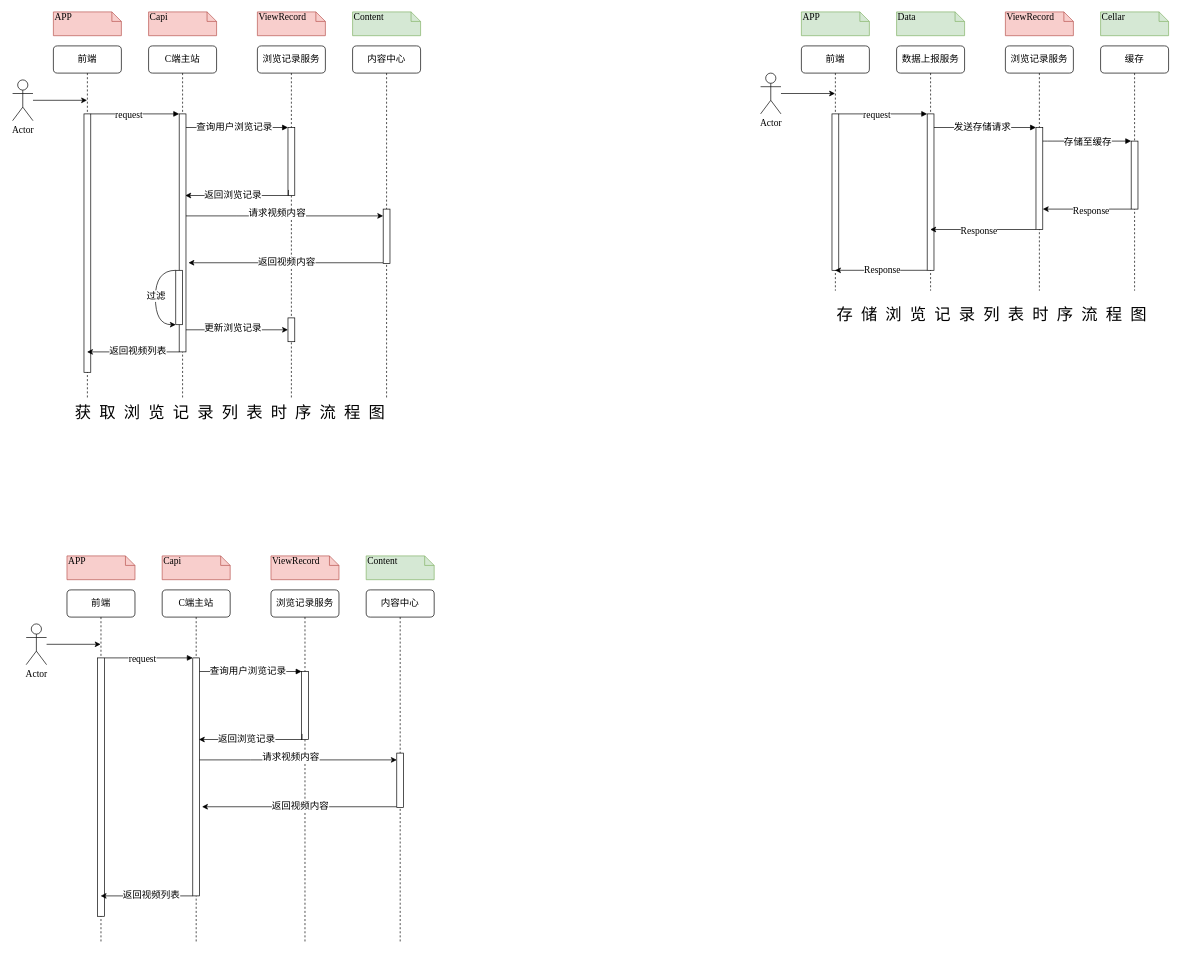
Above: contentList.drawio in wuulaa/my-first-game (draw.io), before the change. Source tidied: cells renumbered, new cells numbered last; positions are measured from the earlier drawing's top-left corner, leaving out a move shared by most shapes. Both pictures are drawn from the tidied source at 68%, with x=0, y=0 at pixel (12, 12).
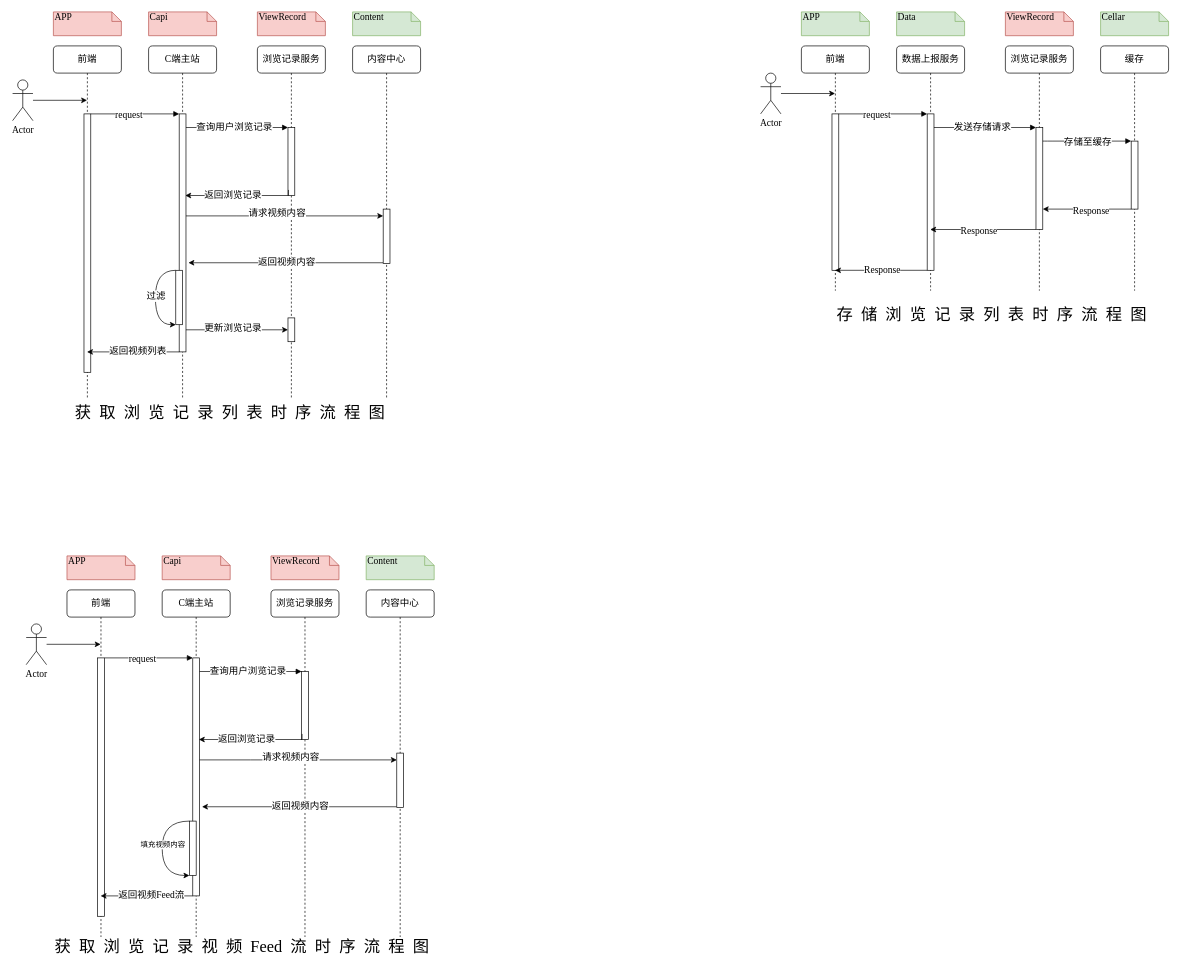
The same page after the edit.

Unchanged cells that the change refers to:
```xml
<mxCell id="60" value="C端主站" style="shape=umlLifeline;perimeter=lifelinePerimeter;whiteSpace=wrap;html=1;outlineConnect=0;rounded=1;shadow=0;comic=0;labelBackgroundColor=none;strokeWidth=1;fontFamily=Times New Roman;fontSize=14;align=center;" parent="1" vertex="1">
  <mxGeometry x="220" y="850" width="100" height="520" as="geometry" />
</mxCell>
<mxCell id="84" style="edgeStyle=none;shape=connector;rounded=0;jettySize=auto;html=1;strokeColor=default;align=center;verticalAlign=middle;fontFamily=Times New Roman;fontSize=14;fontColor=default;labelBackgroundColor=default;endArrow=classic;" parent="1" edge="1" source="61" target="67">
  <mxGeometry relative="1" as="geometry">
    <Array as="points">
      <mxPoint x="190" y="1300" />
    </Array>
  </mxGeometry>
</mxCell>
```

What changed in the source:
```diff
@@
+    <mxCell id="88" style="edgeStyle=none;shape=connector;rounded=0;jettySize=auto;html=1;strokeColor=default;align=center;verticalAlign=middle;fontFamily=Helvetica;fontSize=11;fontColor=default;labelBackgroundColor=default;endArrow=classic;" parent="60" edge="1" source="92" target="60">
+      <mxGeometry relative="1" as="geometry" />
+    </mxCell>
+    <mxCell id="89" style="edgeStyle=none;shape=connector;rounded=0;jettySize=auto;html=1;strokeColor=default;align=center;verticalAlign=middle;fontFamily=Helvetica;fontSize=11;fontColor=default;labelBackgroundColor=default;endArrow=classic;" parent="60" edge="1" source="92" target="60">
+      <mxGeometry relative="1" as="geometry" />
+    </mxCell>
+    <mxCell id="90" style="edgeStyle=orthogonalEdgeStyle;shape=connector;rounded=0;orthogonalLoop=1;jettySize=auto;html=1;strokeColor=default;align=center;verticalAlign=middle;fontFamily=Helvetica;fontSize=11;fontColor=default;labelBackgroundColor=default;endArrow=classic;curved=1;exitX=0;exitY=0;exitDx=0;exitDy=0;entryX=0;entryY=1;entryDx=0;entryDy=0;" parent="60" edge="1" source="92" target="92">
+      <mxGeometry relative="1" as="geometry">
+        <Array as="points">
+          <mxPoint y="340" />
+          <mxPoint y="420" />
+        </Array>
+      </mxGeometry>
+    </mxCell>
+    <mxCell id="91" value="填充视频内容" style="edgeLabel;html=1;align=center;verticalAlign=middle;fontFamily=Helvetica;fontSize=11;fontColor=default;labelBackgroundColor=default;" parent="90" vertex="1">
+      <mxGeometry x="-0.07" relative="1" as="geometry" />
+    </mxCell>
+    <mxCell id="92" style="rounded=0;whiteSpace=wrap;html=1;fontFamily=Times New Roman;fontSize=14;fontColor=default;labelBackgroundColor=default;" parent="60" vertex="1">
+      <mxGeometry x="40" y="340" width="10" height="80" as="geometry" />
+    </mxCell>
@@
-    <mxCell id="85" value="返回视频列表" style="edgeLabel;html=1;align=center;verticalAlign=middle;fontFamily=Times New Roman;fontSize=14;fontColor=default;labelBackgroundColor=default;" parent="84" vertex="1">
+    <mxCell id="85" value="返回视频Feed流" style="edgeLabel;html=1;align=center;verticalAlign=middle;fontFamily=Times New Roman;fontSize=14;fontColor=default;labelBackgroundColor=default;" parent="84" vertex="1">
       <mxGeometry x="-0.09" y="-2" relative="1" as="geometry" />
     </mxCell>
@@
+    <mxCell id="93" value="&lt;font style=&quot;font-size: 24px;&quot; face=&quot;Times New Roman&quot;&gt;获&amp;nbsp; 取&amp;nbsp; 浏&amp;nbsp; 览&amp;nbsp; 记&amp;nbsp; 录&amp;nbsp; 视&amp;nbsp; 频&amp;nbsp; Feed&amp;nbsp; 流&amp;nbsp; 时&amp;nbsp; 序&amp;nbsp; 流&amp;nbsp; 程&amp;nbsp; 图&lt;/font&gt;" style="text;html=1;align=center;verticalAlign=middle;whiteSpace=wrap;rounded=0;fontFamily=Helvetica;fontSize=11;fontColor=default;labelBackgroundColor=default;" parent="1" vertex="1">
+      <mxGeometry x="40" y="1360" width="595" height="30" as="geometry" />
+    </mxCell>
```
